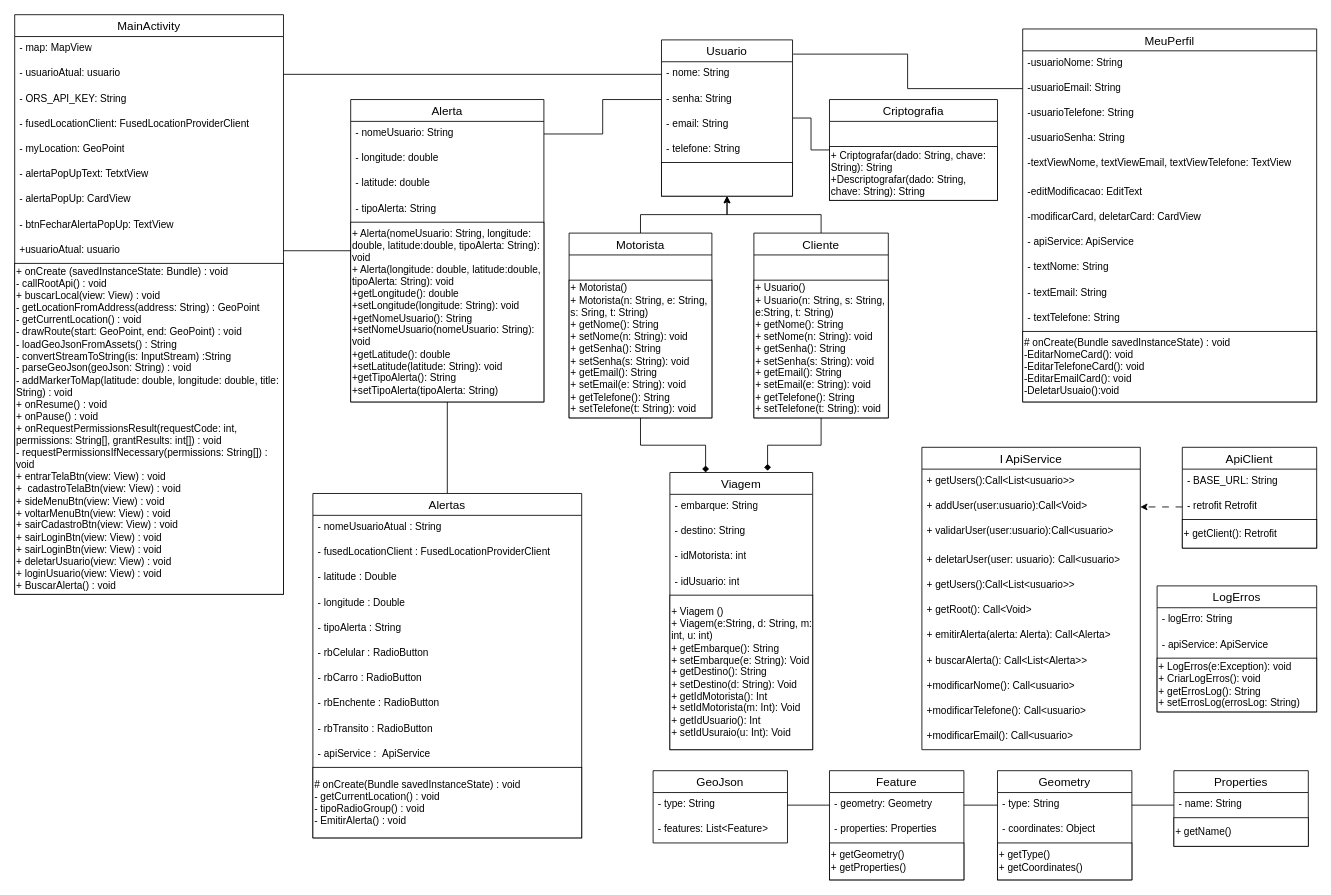
Before: documentos/Entrega 2/Programação Orientada a Objetos e Estrutura de Dados/Diagrama de classes.drawio in 2025-1-NCC3/Projeto17, a draw.io diagram. Source tidied: cells renumbered, new cells numbered last; positions are measured from the earlier drawing's top-left corner, leaving out a move shared by most shapes. Both pictures are drawn from the tidied source at 84%, with x=0, y=0 at pixel (14, 14).
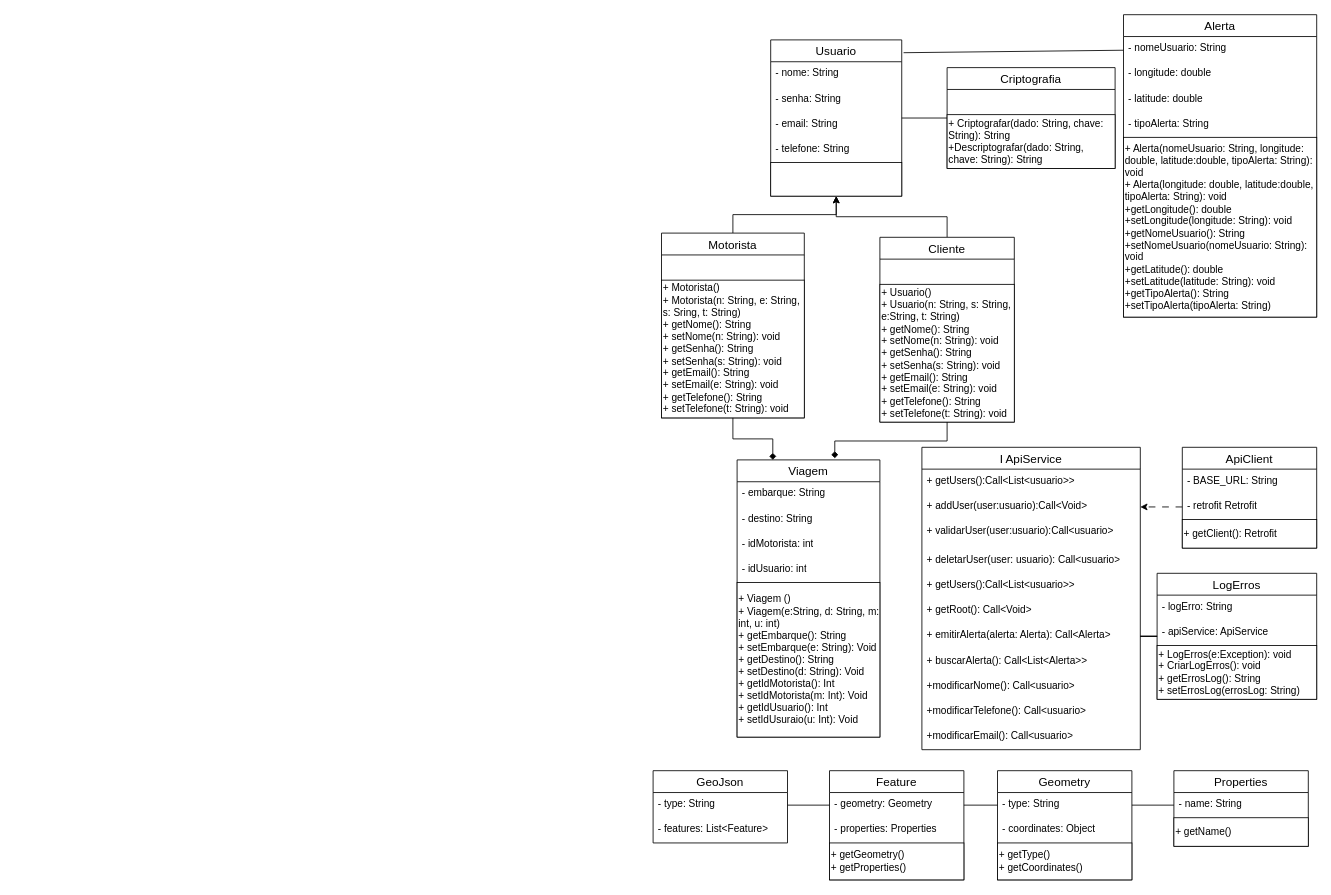
Above is the later version.

Unchanged cells that the change refers to:
```xml
<mxCell id="11" value="- nome: String" style="text;strokeColor=none;spacingLeft=4;spacingRight=4;overflow=hidden;points=[[0,0.5],[1,0.5]];portConstraint=eastwest;fontSize=12;whiteSpace=wrap;html=1;labelBackgroundColor=none;" parent="10" vertex="1">
  <mxGeometry y="26" width="156" height="30" as="geometry" />
</mxCell>
<mxCell id="12" value="- senha: String" style="text;strokeColor=none;spacingLeft=4;spacingRight=4;overflow=hidden;points=[[0,0.5],[1,0.5]];portConstraint=eastwest;fontSize=12;whiteSpace=wrap;html=1;labelBackgroundColor=none;" parent="10" vertex="1">
  <mxGeometry y="56" width="156" height="30" as="geometry" />
</mxCell>
<mxCell id="40" value="+ emitirAlerta(alerta: Alerta): Call&amp;lt;Alerta&amp;gt;" style="text;strokeColor=none;fillColor=none;spacingLeft=4;spacingRight=4;overflow=hidden;points=[[0,0.5],[1,0.5]];portConstraint=eastwest;fontSize=12;whiteSpace=wrap;html=1;" parent="33" vertex="1">
  <mxGeometry y="210" width="260" height="30" as="geometry" />
</mxCell>
<mxCell id="63" value="- nomeUsuario: String" style="text;strokeColor=none;fillColor=none;spacingLeft=4;spacingRight=4;overflow=hidden;points=[[0,0.5],[1,0.5]];portConstraint=eastwest;fontSize=12;whiteSpace=wrap;html=1;" parent="62" vertex="1">
  <mxGeometry y="26" width="230" height="30" as="geometry" />
</mxCell>
```

What changed in the source:
```diff
@@
     <mxCell id="3" value="Cliente" style="swimlane;fontStyle=0;horizontal=1;startSize=26;align=center;fontSize=14;labelBackgroundColor=none;" parent="1" vertex="1">
-      <mxGeometry x="880" y="260" width="160" height="220" as="geometry" />
+      <mxGeometry x="1030" y="265" width="160" height="220" as="geometry" />
     </mxCell>
@@
     <mxCell id="7" value="Motorista" style="swimlane;fontStyle=0;horizontal=1;startSize=26;align=center;fontSize=14;labelBackgroundColor=none;" parent="1" vertex="1">
-      <mxGeometry x="660" y="260" width="170" height="220" as="geometry" />
+      <mxGeometry x="770" y="260" width="170" height="220" as="geometry" />
     </mxCell>
@@
     <mxCell id="10" value="Usuario" style="swimlane;fontStyle=0;horizontal=1;startSize=26;align=center;fontSize=14;labelBackgroundColor=none;" parent="1" vertex="1">
-      <mxGeometry x="770" y="30" width="156" height="186" as="geometry" />
+      <mxGeometry x="900" y="30" width="156" height="186" as="geometry" />
     </mxCell>
@@
     <mxCell id="49" value="Viagem" style="swimlane;fontStyle=0;horizontal=1;startSize=26;align=center;fontSize=14;rounded=0;shadow=0;glass=0;swimlaneLine=1;labelBackgroundColor=none;" parent="1" vertex="1">
-      <mxGeometry x="780" y="545" width="170" height="330" as="geometry" />
+      <mxGeometry x="860" y="530" width="170" height="330" as="geometry" />
     </mxCell>
@@
+    <mxCell id="113" style="edgeStyle=orthogonalEdgeStyle;rounded=0;jettySize=auto;html=1;entryX=1;entryY=0.5;entryDx=0;entryDy=0;endArrow=none;startFill=0;" parent="1" edge="1" source="57" target="40">
+      <mxGeometry relative="1" as="geometry" />
+    </mxCell>
     <mxCell id="57" value="LogErros" style="swimlane;fontStyle=0;horizontal=1;startSize=26;align=center;fontSize=14;" parent="1" vertex="1">
-      <mxGeometry x="1360" y="680" width="190" height="150" as="geometry" />
+      <mxGeometry x="1360" y="665" width="190" height="150" as="geometry" />
     </mxCell>
@@
-    <mxCell id="61" style="edgeStyle=orthogonalEdgeStyle;rounded=0;jettySize=auto;html=1;entryX=0.5;entryY=0;entryDx=0;entryDy=0;endArrow=none;endFill=0;" parent="1" edge="1" source="62" target="83">
-      <mxGeometry relative="1" as="geometry" />
-    </mxCell>
     <mxCell id="62" value="Alerta" style="swimlane;fontStyle=0;horizontal=1;startSize=26;align=center;fontSize=14;" parent="1" vertex="1">
-      <mxGeometry x="400" y="101" width="230" height="360" as="geometry" />
+      <mxGeometry x="1320" width="230" height="360" as="geometry" />
     </mxCell>
@@
     <mxCell id="69" value="Criptografia" style="swimlane;fontStyle=0;horizontal=1;startSize=26;align=center;fontSize=14;" parent="1" vertex="1">
-      <mxGeometry x="970" y="101" width="200" height="120" as="geometry" />
+      <mxGeometry x="1110" y="63" width="200" height="120" as="geometry" />
     </mxCell>
@@
-    <mxCell id="72" value="MainActivity" style="swimlane;fontStyle=0;horizontal=1;startSize=26;align=center;fontSize=14;" parent="1" vertex="1">
-      <mxGeometry width="320" height="690" as="geometry" />
-    </mxCell>
-    <mxCell id="73" value="- map: MapView" style="text;strokeColor=none;fillColor=none;spacingLeft=4;spacingRight=4;overflow=hidden;fontSize=12;whiteSpace=wrap;html=1;" parent="72" vertex="1">
-      <mxGeometry y="26" width="320" height="30" as="geometry" />
-    </mxCell>
-    <mxCell id="74" value="- usuarioAtual: usuario" style="text;strokeColor=none;fillColor=none;spacingLeft=4;spacingRight=4;overflow=hidden;points=[[0,0.5],[1,0.5]];portConstraint=eastwest;fontSize=12;whiteSpace=wrap;html=1;" parent="72" vertex="1">
-      <mxGeometry y="56" width="320" height="30" as="geometry" />
-    </mxCell>
-    <mxCell id="75" value="- ORS_API_KEY: String" style="text;strokeColor=none;fillColor=none;spacingLeft=4;spacingRight=4;overflow=hidden;fontSize=12;whiteSpace=wrap;html=1;" parent="72" vertex="1">
-      <mxGeometry y="86" width="320" height="30" as="geometry" />
-    </mxCell>
-    <mxCell id="76" value="-&amp;nbsp;fusedLocationClient:&amp;nbsp;FusedLocationProviderClient&amp;nbsp;" style="text;strokeColor=none;fillColor=none;spacingLeft=4;spacingRight=4;overflow=hidden;fontSize=12;whiteSpace=wrap;html=1;" parent="72" vertex="1">
-      <mxGeometry y="116" width="320" height="30" as="geometry" />
-    </mxCell>
-    <mxCell id="77" value="- myLocation: GeoPoint" style="text;strokeColor=none;fillColor=none;spacingLeft=4;spacingRight=4;overflow=hidden;fontSize=12;whiteSpace=wrap;html=1;" parent="72" vertex="1">
-      <mxGeometry y="146" width="320" height="30" as="geometry" />
-    </mxCell>
-    <mxCell id="78" value="- alertaPopUpText: TetxtView" style="text;strokeColor=none;fillColor=none;spacingLeft=4;spacingRight=4;overflow=hidden;fontSize=12;whiteSpace=wrap;html=1;" parent="72" vertex="1">
-      <mxGeometry y="176" width="320" height="30" as="geometry" />
-    </mxCell>
-    <mxCell id="79" value="- alertaPopUp: CardView" style="text;strokeColor=none;fillColor=none;spacingLeft=4;spacingRight=4;overflow=hidden;fontSize=12;whiteSpace=wrap;html=1;" parent="72" vertex="1">
-      <mxGeometry y="206" width="320" height="30" as="geometry" />
-    </mxCell>
-    <mxCell id="80" value="- btnFecharAlertaPopUp: TextView" style="text;strokeColor=none;fillColor=none;spacingLeft=4;spacingRight=4;overflow=hidden;fontSize=12;whiteSpace=wrap;html=1;" parent="72" vertex="1">
-      <mxGeometry y="236" width="320" height="30" as="geometry" />
-    </mxCell>
-    <mxCell id="81" value="+usuarioAtual: usuario" style="text;strokeColor=none;fillColor=none;spacingLeft=4;spacingRight=4;overflow=hidden;points=[[0,0.5],[1,0.5]];portConstraint=eastwest;fontSize=12;whiteSpace=wrap;html=1;" parent="72" vertex="1">
-      <mxGeometry y="266" width="320" height="30" as="geometry" />
-    </mxCell>
-    <mxCell id="82" value="+ onCreate (savedInstanceState: Bundle) : void&lt;br&gt;- callRootApi() : void&lt;br&gt;+&amp;nbsp;buscarLocal(view: View) : void&lt;br&gt;-&amp;nbsp;getLocationFromAddress(address: String) :&amp;nbsp;GeoPoint&amp;nbsp;&lt;br&gt;-&amp;nbsp;getCurrentLocation() : void&lt;br&gt;-&amp;nbsp;drawRoute(start: GeoPoint, end: GeoPoint) : void&lt;br&gt;-&amp;nbsp;loadGeoJsonFromAssets() : String&lt;br&gt;-&amp;nbsp;convertStreamToString(is: InputStream) :String&lt;br&gt;- parseGeoJson(geoJson: String) : void&lt;br&gt;-&amp;nbsp;addMarkerToMap(latitude: double, longitude: double, title: String) : void&lt;br&gt;+&amp;nbsp;onResume() : void&lt;br&gt;+&amp;nbsp;onPause() : void&lt;br&gt;+&amp;nbsp;onRequestPermissionsResult(requestCode: int, permissions: String[], grantResults: int[]) : void&amp;nbsp;&lt;br&gt;-&amp;nbsp;requestPermissionsIfNecessary(permissions: String[]) : void&lt;br&gt;+&amp;nbsp;entrarTelaBtn(view: View) : void&lt;br&gt;+&amp;nbsp;&amp;nbsp;cadastroTelaBtn(view: View) : void&lt;br&gt;+&amp;nbsp;sideMenuBtn(view: View) : void&lt;br&gt;+&amp;nbsp;voltarMenuBtn(view: View) : void&lt;br&gt;+&amp;nbsp;sairCadastroBtn(view: View) : void&lt;br&gt;+&amp;nbsp;sairLoginBtn(view: View) : void&lt;br&gt;+&amp;nbsp;sairLoginBtn(view: View) : void&lt;br&gt;+&amp;nbsp;deletarUsuario(view: View) : void&lt;br&gt;+&amp;nbsp;loginUsuario(view: View) : void&lt;br&gt;+&amp;nbsp;BuscarAlerta() : void&amp;nbsp;" style="whiteSpace=wrap;html=1;align=left;labelBackgroundColor=none;" parent="72" vertex="1">
-      <mxGeometry y="296" width="320" height="394" as="geometry" />
-    </mxCell>
-    <mxCell id="83" value="Alertas" style="swimlane;fontStyle=0;horizontal=1;startSize=26;align=center;fontSize=14;" parent="1" vertex="1">
-      <mxGeometry x="355" y="570" width="320" height="410" as="geometry" />
-    </mxCell>
-    <mxCell id="84" value="-&amp;nbsp;nomeUsuarioAtual : String&amp;nbsp;" style="text;strokeColor=none;fillColor=none;spacingLeft=4;spacingRight=4;overflow=hidden;fontSize=12;whiteSpace=wrap;html=1;" parent="83" vertex="1">
-      <mxGeometry y="26" width="320" height="30" as="geometry" />
-    </mxCell>
-    <mxCell id="85" value="-&amp;nbsp;fusedLocationClient :&amp;nbsp;FusedLocationProviderClient" style="text;strokeColor=none;fillColor=none;spacingLeft=4;spacingRight=4;overflow=hidden;fontSize=12;whiteSpace=wrap;html=1;" parent="83" vertex="1">
-      <mxGeometry y="56" width="320" height="30" as="geometry" />
-    </mxCell>
-    <mxCell id="86" value="-&amp;nbsp;latitude : Double&amp;nbsp;" style="text;strokeColor=none;fillColor=none;spacingLeft=4;spacingRight=4;overflow=hidden;fontSize=12;whiteSpace=wrap;html=1;" parent="83" vertex="1">
-      <mxGeometry y="86" width="320" height="30" as="geometry" />
-    </mxCell>
-    <mxCell id="87" value="-&amp;nbsp;longitude : Double&amp;nbsp;" style="text;strokeColor=none;fillColor=none;spacingLeft=4;spacingRight=4;overflow=hidden;fontSize=12;whiteSpace=wrap;html=1;" parent="83" vertex="1">
-      <mxGeometry y="116" width="320" height="30" as="geometry" />
-    </mxCell>
-    <mxCell id="88" value="-&amp;nbsp;tipoAlerta : String&amp;nbsp;" style="text;strokeColor=none;fillColor=none;spacingLeft=4;spacingRight=4;overflow=hidden;fontSize=12;whiteSpace=wrap;html=1;" parent="83" vertex="1">
-      <mxGeometry y="146" width="320" height="30" as="geometry" />
-    </mxCell>
-    <mxCell id="89" value="-&amp;nbsp;rbCelular : RadioButton" style="text;strokeColor=none;fillColor=none;spacingLeft=4;spacingRight=4;overflow=hidden;fontSize=12;whiteSpace=wrap;html=1;" parent="83" vertex="1">
-      <mxGeometry y="176" width="320" height="30" as="geometry" />
-    </mxCell>
-    <mxCell id="90" value="- rbCarro : RadioButton" style="text;strokeColor=none;fillColor=none;spacingLeft=4;spacingRight=4;overflow=hidden;fontSize=12;whiteSpace=wrap;html=1;" parent="83" vertex="1">
-      <mxGeometry y="206" width="320" height="30" as="geometry" />
-    </mxCell>
-    <mxCell id="91" value="- rbEnchente : RadioButton" style="text;strokeColor=none;fillColor=none;spacingLeft=4;spacingRight=4;overflow=hidden;fontSize=12;whiteSpace=wrap;html=1;" parent="83" vertex="1">
-      <mxGeometry y="236" width="320" height="30" as="geometry" />
-    </mxCell>
-    <mxCell id="92" value="- rbTransito : RadioButton" style="text;strokeColor=none;fillColor=none;spacingLeft=4;spacingRight=4;overflow=hidden;fontSize=12;whiteSpace=wrap;html=1;" parent="83" vertex="1">
-      <mxGeometry y="266" width="320" height="30" as="geometry" />
-    </mxCell>
-    <mxCell id="93" value="-&amp;nbsp;apiService :&amp;nbsp;&amp;nbsp;ApiService" style="text;strokeColor=none;fillColor=none;spacingLeft=4;spacingRight=4;overflow=hidden;fontSize=12;whiteSpace=wrap;html=1;" parent="83" vertex="1">
-      <mxGeometry y="296" width="320" height="30" as="geometry" />
-    </mxCell>
-    <mxCell id="94" value="#&amp;nbsp;onCreate(Bundle savedInstanceState) : void&lt;br&gt;-&amp;nbsp;getCurrentLocation() : void&lt;br&gt;-&amp;nbsp;tipoRadioGroup() : void&lt;br&gt;-&amp;nbsp;EmitirAlerta() : void&lt;br&gt;" style="whiteSpace=wrap;html=1;align=left;labelBackgroundColor=none;" parent="83" vertex="1">
-      <mxGeometry y="326" width="320" height="84" as="geometry" />
-    </mxCell>
-    <mxCell id="95" value="MeuPerfil" style="swimlane;fontStyle=0;horizontal=1;startSize=26;align=center;fontSize=14;" parent="1" vertex="1">
-      <mxGeometry x="1200" y="17" width="350" height="444" as="geometry" />
-    </mxCell>
-    <mxCell id="96" value="-usuarioNome: String" style="text;strokeColor=none;fillColor=none;spacingLeft=4;spacingRight=4;overflow=hidden;fontSize=12;whiteSpace=wrap;html=1;" parent="95" vertex="1">
-      <mxGeometry y="26" width="350" height="30" as="geometry" />
-    </mxCell>
-    <mxCell id="97" value="-usuarioEmail: String" style="text;strokeColor=none;fillColor=none;spacingLeft=4;spacingRight=4;overflow=hidden;points=[[0,0.5],[1,0.5]];portConstraint=eastwest;fontSize=12;whiteSpace=wrap;html=1;" parent="95" vertex="1">
-      <mxGeometry y="56" width="350" height="30" as="geometry" />
-    </mxCell>
-    <mxCell id="98" value="-usuarioTelefone: String" style="text;strokeColor=none;fillColor=none;spacingLeft=4;spacingRight=4;overflow=hidden;fontSize=12;whiteSpace=wrap;html=1;" parent="95" vertex="1">
-      <mxGeometry y="86" width="350" height="30" as="geometry" />
-    </mxCell>
-    <mxCell id="99" value="-usuarioSenha: String" style="text;strokeColor=none;fillColor=none;spacingLeft=4;spacingRight=4;overflow=hidden;fontSize=12;whiteSpace=wrap;html=1;" parent="95" vertex="1">
-      <mxGeometry y="116" width="350" height="30" as="geometry" />
-    </mxCell>
-    <mxCell id="100" value="-textViewNome, textViewEmail, textViewTelefone: TextView" style="text;strokeColor=none;fillColor=none;spacingLeft=4;spacingRight=4;overflow=hidden;fontSize=12;whiteSpace=wrap;html=1;" parent="95" vertex="1">
-      <mxGeometry y="146" width="350" height="34" as="geometry" />
-    </mxCell>
-    <mxCell id="101" value="-editModificacao: EditText" style="text;strokeColor=none;fillColor=none;spacingLeft=4;spacingRight=4;overflow=hidden;fontSize=12;whiteSpace=wrap;html=1;" parent="95" vertex="1">
-      <mxGeometry y="180" width="350" height="30" as="geometry" />
-    </mxCell>
-    <mxCell id="102" value="-modificarCard, deletarCard: CardView" style="text;strokeColor=none;fillColor=none;spacingLeft=4;spacingRight=4;overflow=hidden;fontSize=12;whiteSpace=wrap;html=1;" parent="95" vertex="1">
-      <mxGeometry y="210" width="350" height="30" as="geometry" />
-    </mxCell>
-    <mxCell id="103" value="- apiService: ApiService" style="text;strokeColor=none;fillColor=none;spacingLeft=4;spacingRight=4;overflow=hidden;fontSize=12;whiteSpace=wrap;html=1;" parent="95" vertex="1">
-      <mxGeometry y="240" width="350" height="30" as="geometry" />
-    </mxCell>
-    <mxCell id="104" value="- textNome: String" style="text;strokeColor=none;fillColor=none;spacingLeft=4;spacingRight=4;overflow=hidden;fontSize=12;whiteSpace=wrap;html=1;" parent="95" vertex="1">
-      <mxGeometry y="270" width="350" height="30" as="geometry" />
-    </mxCell>
-    <mxCell id="105" value="- textEmail: String" style="text;strokeColor=none;fillColor=none;spacingLeft=4;spacingRight=4;overflow=hidden;fontSize=12;whiteSpace=wrap;html=1;" parent="95" vertex="1">
-      <mxGeometry y="300" width="350" height="30" as="geometry" />
-    </mxCell>
-    <mxCell id="106" value="- textTelefone: String" style="text;strokeColor=none;fillColor=none;spacingLeft=4;spacingRight=4;overflow=hidden;fontSize=12;whiteSpace=wrap;html=1;" parent="95" vertex="1">
-      <mxGeometry y="330" width="350" height="30" as="geometry" />
-    </mxCell>
-    <mxCell id="107" value="&lt;div&gt;#&amp;nbsp;onCreate(Bundle savedInstanceState) : void&lt;/div&gt;&lt;div&gt;-EditarNomeCard(): void&lt;/div&gt;&lt;div&gt;-EditarTelefoneCard(): void&lt;/div&gt;&lt;div&gt;-EditarEmailCard(): void&lt;/div&gt;&lt;div&gt;-DeletarUsuaio():void&lt;/div&gt;" style="whiteSpace=wrap;html=1;align=left;labelBackgroundColor=none;" parent="95" vertex="1">
-      <mxGeometry y="360" width="350" height="84" as="geometry" />
-    </mxCell>
-    <mxCell id="108" style="edgeStyle=orthogonalEdgeStyle;rounded=0;jettySize=auto;html=1;entryX=0;entryY=0.5;entryDx=0;entryDy=0;endArrow=none;startFill=0;" parent="1" edge="1" source="74" target="11">
-      <mxGeometry relative="1" as="geometry" />
-    </mxCell>
-    <mxCell id="109" style="edgeStyle=orthogonalEdgeStyle;rounded=0;jettySize=auto;html=1;endArrow=none;startFill=0;" parent="1" edge="1" source="81" target="62">
-      <mxGeometry relative="1" as="geometry" />
-    </mxCell>
-    <mxCell id="110" style="edgeStyle=orthogonalEdgeStyle;rounded=0;jettySize=auto;html=1;exitX=0;exitY=0.5;exitDx=0;exitDy=0;entryX=1.005;entryY=0.091;entryDx=0;entryDy=0;entryPerimeter=0;endArrow=none;startFill=0;" parent="1" edge="1" source="97" target="10">
-      <mxGeometry relative="1" as="geometry" />
-    </mxCell>
-    <mxCell id="111" style="edgeStyle=orthogonalEdgeStyle;rounded=0;jettySize=auto;html=1;entryX=0;entryY=0.5;entryDx=0;entryDy=0;endArrow=none;startFill=0;" parent="1" edge="1" source="63" target="12">
-      <mxGeometry relative="1" as="geometry" />
-    </mxCell>
@@
+    <mxCell id="114" style="rounded=0;jettySize=auto;html=1;entryX=1.014;entryY=0.082;entryDx=0;entryDy=0;entryPerimeter=0;endArrow=none;startFill=0;" parent="1" edge="1" source="63" target="10">
+      <mxGeometry relative="1" as="geometry" />
+    </mxCell>
```
